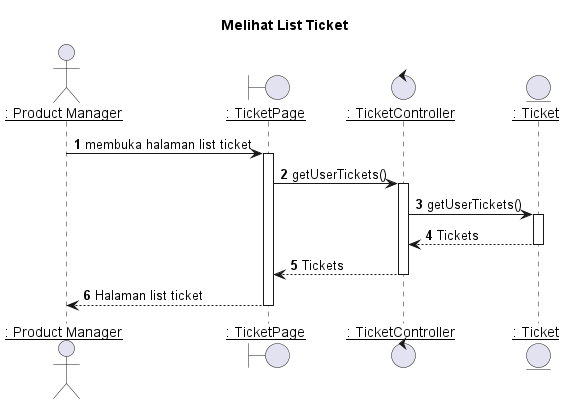
Before: out/plantuml/sequence/ipm/ipm1/Melihat List Ticket.png, a diagram exported from PlantUML (TAS-PKL/Laporan-PKL-Ticketing). Its diagram source:
```plantuml
@startuml Melihat List Ticket

title "Melihat List Ticket"

actor IPM as "__: Product Manager__"
boundary TicketPage as "__: TicketPage__"
control TicketController as "__: TicketController__"
entity Ticket as "__: Ticket__"

autonumber 1
IPM -> TicketPage: membuka halaman list ticket
activate TicketPage

TicketPage -> TicketController: getUserTickets()
activate TicketController

TicketController -> Ticket: getUserTickets()
activate Ticket

Ticket --> TicketController : Tickets
deactivate Ticket

TicketController --> TicketPage : Tickets
deactivate TicketController

TicketPage --> IPM : Halaman list ticket
deactivate TicketPage


@enduml
```
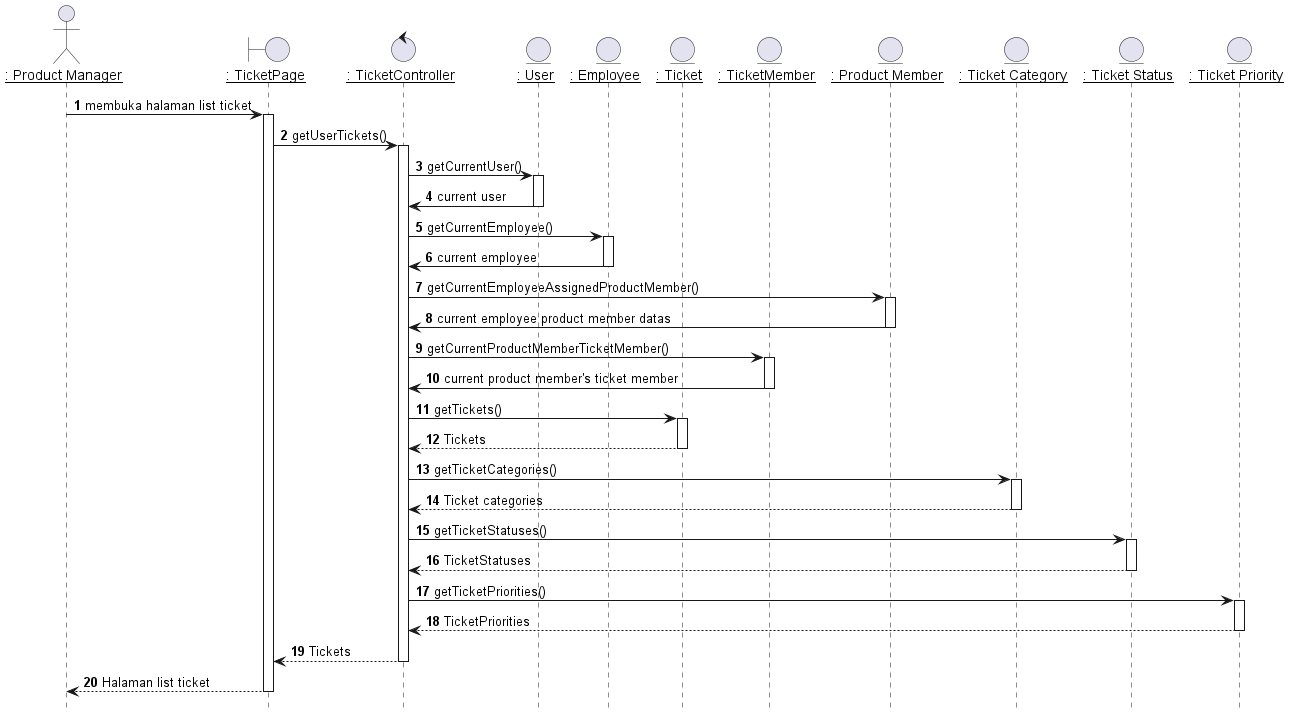
Above is the later version.

Change to the diagram source:
```diff
@@ -1,11 +1,19 @@
 @startuml Melihat List Ticket
 
-title "Melihat List Ticket"
+hide footbox
+
 
 actor IPM as "__: Product Manager__"
 boundary TicketPage as "__: TicketPage__"
 control TicketController as "__: TicketController__"
+entity User as "__: User__"
+entity Employee as "__: Employee__"
 entity Ticket as "__: Ticket__"
+entity TicketMember as "__: TicketMember__"
+entity ProductMember as "__: Product Member__"
+entity TicketCategories as "__: Ticket Category__"
+entity TicketStatuses as "__: Ticket Status__"
+entity TicketPriorities as "__: Ticket Priority__"
 
 autonumber 1
 IPM -> TicketPage: membuka halaman list ticket
@@ -14,11 +22,54 @@
 TicketPage -> TicketController: getUserTickets()
 activate TicketController
 
-TicketController -> Ticket: getUserTickets()
+TicketController -> User: getCurrentUser()
+activate User
+
+User -> TicketController: current user
+deactivate User
+
+TicketController -> Employee: getCurrentEmployee()
+activate Employee
+
+Employee -> TicketController: current employee
+deactivate Employee
+
+TicketController -> ProductMember: getCurrentEmployeeAssignedProductMember()
+activate ProductMember
+
+ProductMember -> TicketController: current employee product member datas
+deactivate ProductMember
+
+TicketController -> TicketMember: getCurrentProductMemberTicketMember()
+activate TicketMember
+
+TicketMember -> TicketController: current product member's ticket member
+deactivate TicketMember
+
+TicketController -> Ticket: getTickets()
 activate Ticket
 
 Ticket --> TicketController : Tickets
 deactivate Ticket
+
+TicketController -> TicketCategories: getTicketCategories()
+activate TicketCategories
+
+TicketCategories --> TicketController : Ticket categories
+deactivate TicketCategories
+
+TicketController -> TicketStatuses: getTicketStatuses()
+activate TicketStatuses
+
+TicketStatuses --> TicketController : TicketStatuses
+deactivate TicketStatuses
+
+TicketController -> TicketPriorities: getTicketPriorities()
+activate TicketPriorities
+
+TicketPriorities --> TicketController : TicketPriorities
+deactivate TicketPriorities
+
 
 TicketController --> TicketPage : Tickets
 deactivate TicketController
@@ -27,4 +78,5 @@
 deactivate TicketPage
 
 
+
 @enduml
```
